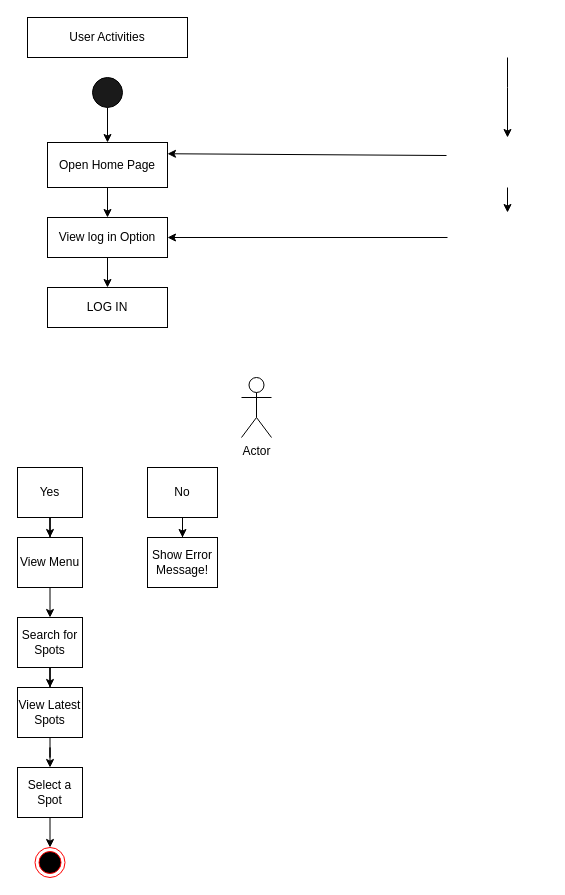
The draw.io diagram UseCases/Active Diagram.drawio in sarahelhnbaly/IDiscovery, before the edit. Source tidied: cells renumbered, new cells numbered last; positions are measured from the earlier drawing's top-left corner, leaving out a move shared by most shapes. Both pictures are drawn from the tidied source at 100%, with x=0, y=0 at pixel (17, 17).
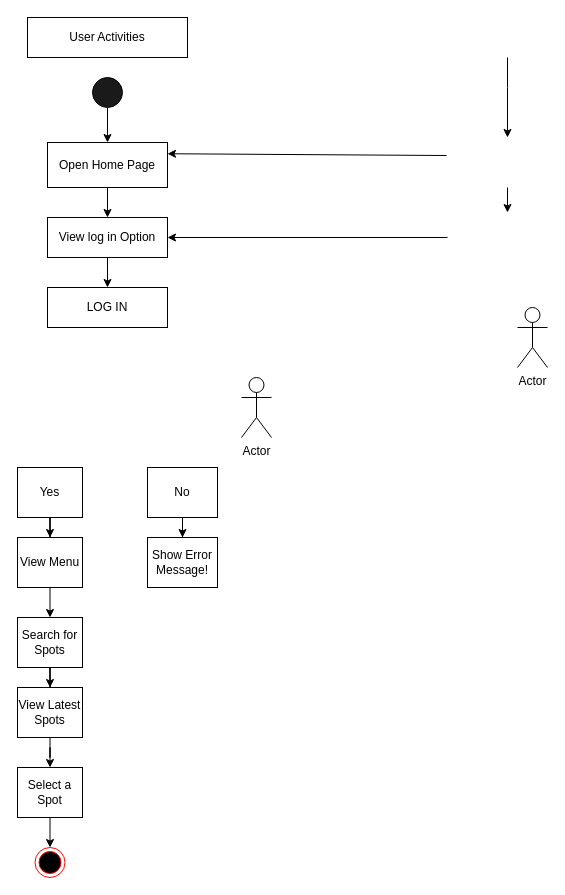
The same diagram, later.

The edit, as a diff of the source:
```diff
@@
+    <mxCell id="31" value="Actor" style="shape=umlActor;verticalLabelPosition=bottom;verticalAlign=top;html=1;" parent="1" vertex="1">
+      <mxGeometry x="500" y="290" width="30" height="60" as="geometry" />
+    </mxCell>
```
